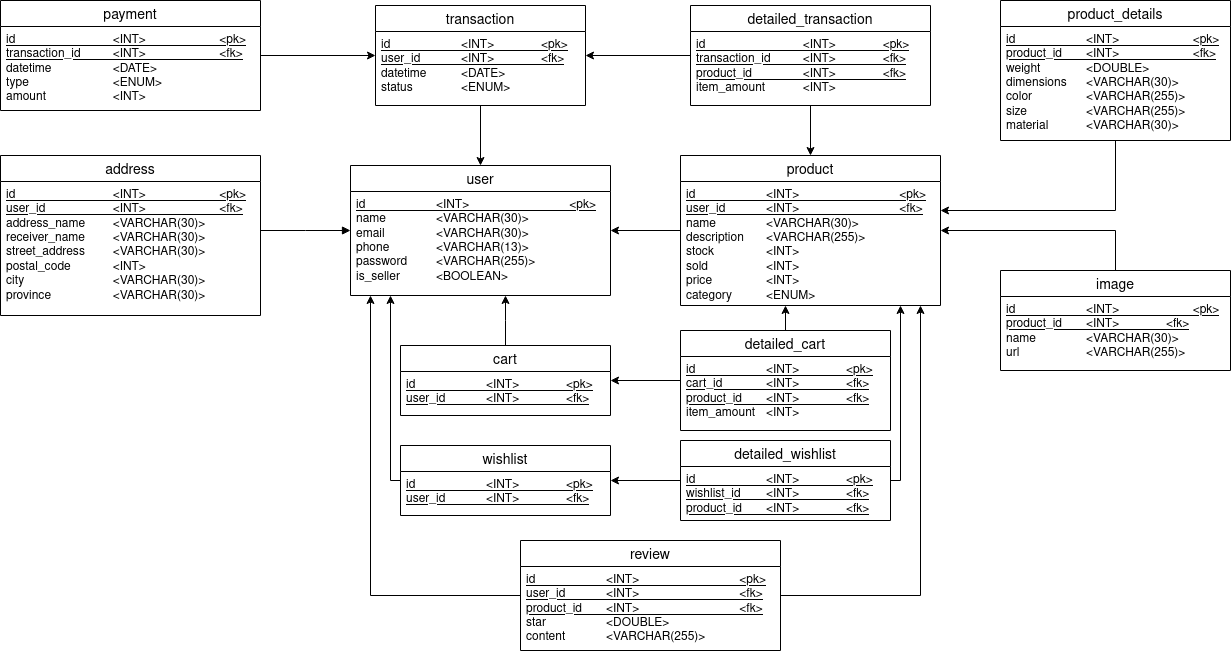
The draw.io diagram img/NusantaraStore051_PDM.drawio.png in borednuna/NusantaraStore051_BE, before a commit. Source tidied: cells renumbered, new cells last; positions are measured from the earlier drawing's top-left corner, leaving out a move shared by most shapes.
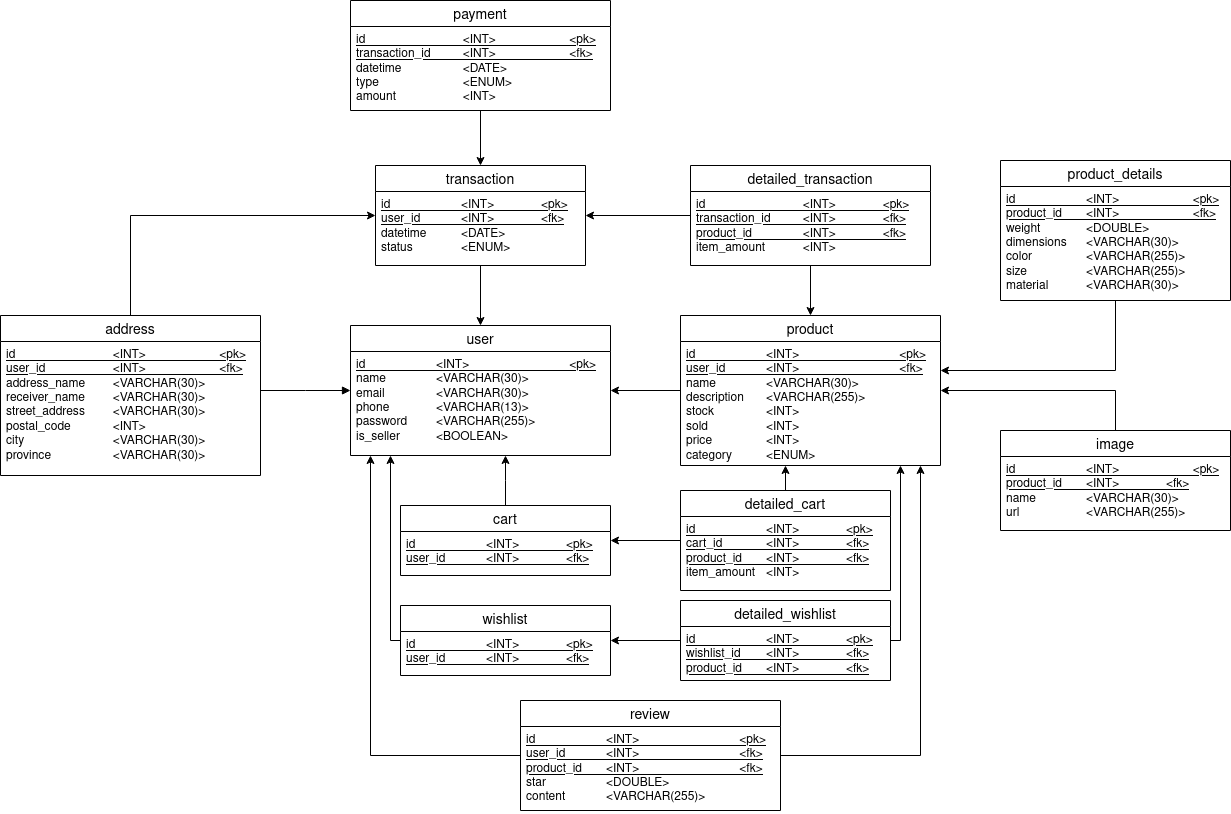
The same diagram one commit later.

Change to the diagram source:
```diff
@@ -27,7 +27,7 @@
       <mxGeometry relative="1" as="geometry" />
     </mxCell>
     <mxCell id="10" value="payment" style="swimlane;fontStyle=0;horizontal=1;startSize=26;align=center;fontSize=14;" parent="1" vertex="1">
-      <mxGeometry width="260" height="110" as="geometry" />
+      <mxGeometry x="350" y="-160" width="260" height="110" as="geometry" />
     </mxCell>
     <mxCell id="11" value="&lt;div&gt;&lt;u&gt;id&lt;span style=&quot;white-space: pre;&quot;&gt;&#9;&lt;/span&gt;&lt;span style=&quot;white-space: pre;&quot;&gt;&#9;&lt;/span&gt;&lt;span style=&quot;white-space: pre;&quot;&gt;&#9;&lt;span style=&quot;white-space: pre;&quot;&gt;&#9;&lt;/span&gt;&lt;/span&gt;&amp;lt;INT&amp;gt;&lt;span style=&quot;white-space: pre;&quot;&gt;&#9;&lt;/span&gt;&lt;span style=&quot;white-space: pre;&quot;&gt;&#9;&lt;/span&gt;&lt;span style=&quot;white-space: pre;&quot;&gt;&#9;&lt;/span&gt;&amp;lt;pk&amp;gt;&lt;/u&gt;&lt;/div&gt;&lt;div&gt;&lt;u&gt;transaction_id&lt;span style=&quot;white-space: pre;&quot;&gt;&#9;&lt;/span&gt;&lt;span style=&quot;white-space: pre;&quot;&gt;&#9;&lt;/span&gt;&amp;lt;INT&amp;gt;&lt;span style=&quot;white-space: pre;&quot;&gt;&#9;&lt;/span&gt;&lt;span style=&quot;white-space: pre;&quot;&gt;&#9;&lt;/span&gt;&lt;span style=&quot;white-space: pre;&quot;&gt;&#9;&lt;/span&gt;&amp;lt;fk&amp;gt;&lt;/u&gt;&lt;/div&gt;&lt;div&gt;datetime&lt;span style=&quot;white-space: pre;&quot;&gt;&#9;&lt;/span&gt;&lt;span style=&quot;white-space: pre;&quot;&gt;&#9;&lt;/span&gt;&lt;span style=&quot;white-space: pre;&quot;&gt;&#9;&lt;/span&gt;&amp;lt;DATE&amp;gt;&lt;/div&gt;&lt;div&gt;type&lt;span style=&quot;white-space: pre;&quot;&gt;&#9;&lt;/span&gt;&lt;span style=&quot;white-space: pre;&quot;&gt;&#9;&lt;/span&gt;&lt;span style=&quot;white-space: pre;&quot;&gt;&#9;&lt;/span&gt;&lt;span style=&quot;white-space: pre;&quot;&gt;&#9;&lt;/span&gt;&amp;lt;ENUM&amp;gt;&lt;/div&gt;&lt;div&gt;amount&lt;span style=&quot;white-space: pre;&quot;&gt;&#9;&lt;/span&gt;&lt;span style=&quot;white-space: pre;&quot;&gt;&#9;&lt;/span&gt;&lt;span style=&quot;white-space: pre;&quot;&gt;&#9;&lt;/span&gt;&amp;lt;INT&amp;gt;&lt;br&gt;&lt;/div&gt;" style="text;strokeColor=none;fillColor=none;spacingLeft=4;spacingRight=4;overflow=hidden;fontSize=12;whiteSpace=wrap;html=1;" parent="10" vertex="1">
       <mxGeometry y="26" width="260" height="84" as="geometry" />
@@ -153,5 +153,12 @@
         </Array>
       </mxGeometry>
     </mxCell>
+    <mxCell id="44" style="endArrow=classic;html=1;rounded=0;edgeStyle=elbowEdgeStyle;" parent="1" edge="1" source="4" target="7">
+      <mxGeometry relative="1" as="geometry">
+        <Array as="points">
+          <mxPoint x="130" y="190" />
+        </Array>
+      </mxGeometry>
+    </mxCell>
   </root>
 </mxGraphModel>
```
